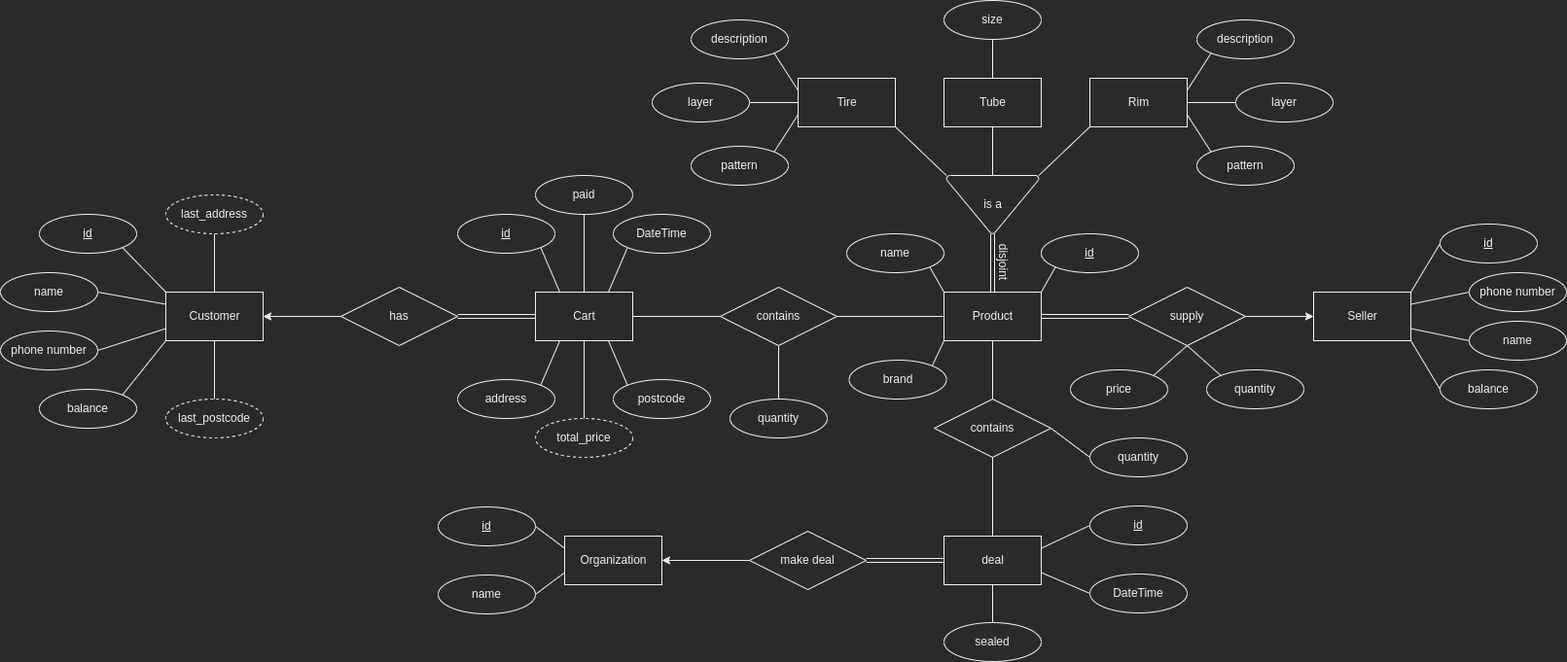
The draw.io diagram E-R.png in paniztgp2002/tire-shop, before a commit. Source tidied: cells renumbered, new cells last; positions are measured from the earlier drawing's top-left corner, leaving out a move shared by most shapes.
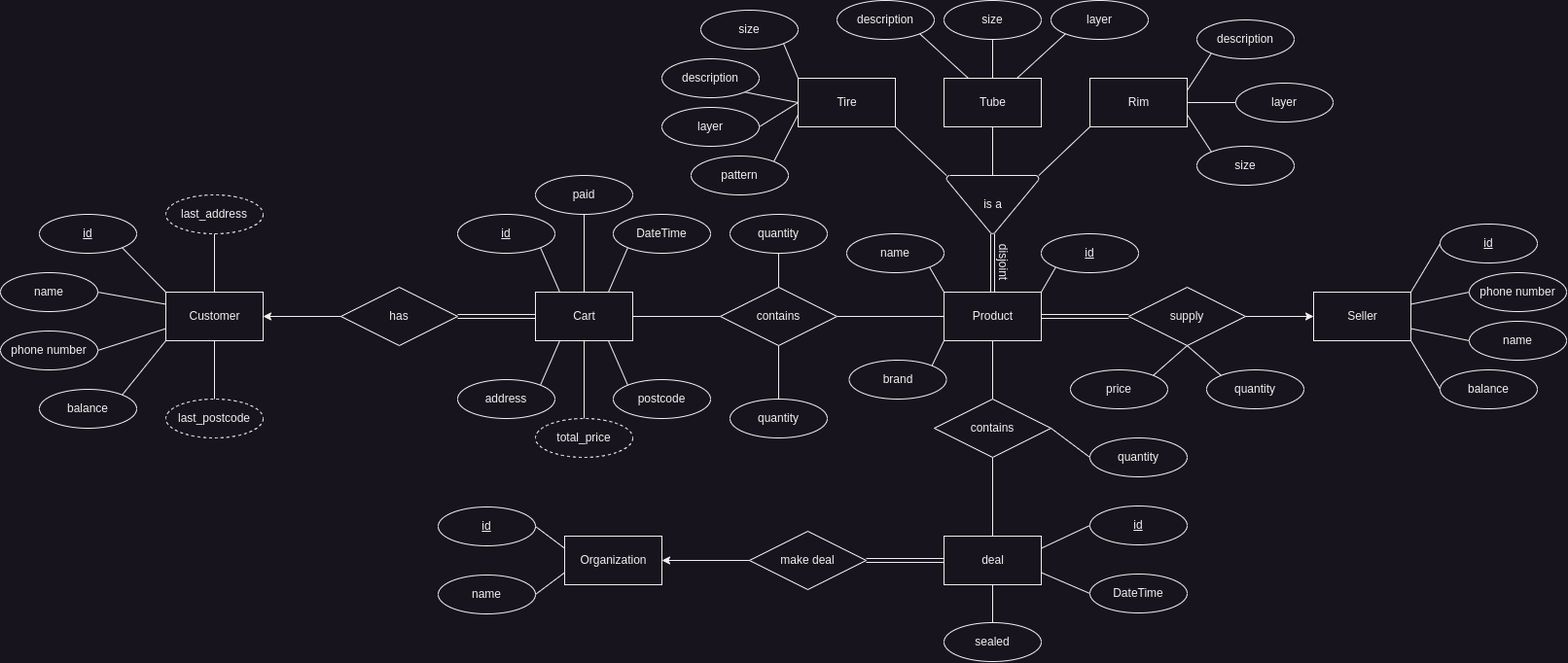
After the commit.

Diff of the diagram source:
```diff
@@ -167,23 +167,23 @@
     <mxCell id="56" value="name" style="ellipse;whiteSpace=wrap;html=1;align=center;" parent="1" vertex="1">
       <mxGeometry x="870" y="240" width="100" height="40" as="geometry" />
     </mxCell>
-    <mxCell id="57" style="edgeStyle=none;rounded=1;jettySize=auto;html=1;exitX=1;exitY=1;exitDx=0;exitDy=0;entryX=0;entryY=0.25;entryDx=0;entryDy=0;endArrow=none;endFill=0;" parent="1" edge="1" source="58" target="49">
+    <mxCell id="57" style="edgeStyle=none;rounded=1;jettySize=auto;html=1;exitX=1;exitY=1;exitDx=0;exitDy=0;entryX=0;entryY=0.5;entryDx=0;entryDy=0;endArrow=none;endFill=0;" parent="1" edge="1" source="58" target="49">
       <mxGeometry relative="1" as="geometry" />
     </mxCell>
     <mxCell id="58" value="description" style="ellipse;whiteSpace=wrap;html=1;align=center;strokeWidth=1;" parent="1" vertex="1">
-      <mxGeometry x="710" y="20" width="100" height="40" as="geometry" />
+      <mxGeometry x="680" y="60" width="100" height="40" as="geometry" />
     </mxCell>
     <mxCell id="59" style="edgeStyle=none;rounded=1;jettySize=auto;html=1;exitX=1;exitY=0.5;exitDx=0;exitDy=0;entryX=0;entryY=0.5;entryDx=0;entryDy=0;endArrow=none;endFill=0;" parent="1" edge="1" source="60" target="49">
       <mxGeometry relative="1" as="geometry" />
     </mxCell>
     <mxCell id="60" value="layer" style="ellipse;whiteSpace=wrap;html=1;align=center;strokeWidth=1;" parent="1" vertex="1">
-      <mxGeometry x="670" y="85" width="100" height="40" as="geometry" />
+      <mxGeometry x="680" y="110" width="100" height="40" as="geometry" />
     </mxCell>
     <mxCell id="61" style="edgeStyle=none;rounded=1;jettySize=auto;html=1;exitX=1;exitY=0;exitDx=0;exitDy=0;entryX=0;entryY=0.75;entryDx=0;entryDy=0;endArrow=none;endFill=0;" parent="1" edge="1" source="62" target="49">
       <mxGeometry relative="1" as="geometry" />
     </mxCell>
     <mxCell id="62" value="pattern" style="ellipse;whiteSpace=wrap;html=1;align=center;strokeWidth=1;" parent="1" vertex="1">
-      <mxGeometry x="710" y="150" width="100" height="40" as="geometry" />
+      <mxGeometry x="710" y="160" width="100" height="40" as="geometry" />
     </mxCell>
     <mxCell id="63" value="size" style="ellipse;whiteSpace=wrap;html=1;align=center;strokeWidth=1;" parent="1" vertex="1">
       <mxGeometry x="970" width="100" height="40" as="geometry" />
@@ -200,7 +200,7 @@
     <mxCell id="67" style="edgeStyle=none;rounded=1;jettySize=auto;html=1;exitX=0;exitY=0;exitDx=0;exitDy=0;entryX=1;entryY=0.75;entryDx=0;entryDy=0;endArrow=none;endFill=0;" parent="1" edge="1" source="68" target="54">
       <mxGeometry relative="1" as="geometry" />
     </mxCell>
-    <mxCell id="68" value="pattern" style="ellipse;whiteSpace=wrap;html=1;align=center;strokeWidth=1;" parent="1" vertex="1">
+    <mxCell id="68" value="size" style="ellipse;whiteSpace=wrap;html=1;align=center;strokeWidth=1;" parent="1" vertex="1">
       <mxGeometry x="1230" y="150" width="100" height="40" as="geometry" />
     </mxCell>
     <mxCell id="69" style="edgeStyle=none;rounded=1;jettySize=auto;html=1;exitX=1;exitY=0.25;exitDx=0;exitDy=0;entryX=0;entryY=0.5;entryDx=0;entryDy=0;endArrow=none;endFill=0;" parent="1" edge="1" source="73" target="75">
@@ -302,5 +302,29 @@
     <mxCell id="101" style="shape=link;html=1;rounded=0;endArrow=none;endFill=0;exitX=0;exitY=0.5;exitDx=0;exitDy=0;entryX=1;entryY=0.5;entryDx=0;entryDy=0;" parent="1" edge="1" source="14" target="6">
       <mxGeometry relative="1" as="geometry" />
     </mxCell>
+    <mxCell id="102" value="description" style="ellipse;whiteSpace=wrap;html=1;align=center;strokeWidth=1;" parent="1" vertex="1">
+      <mxGeometry x="860" width="100" height="40" as="geometry" />
+    </mxCell>
+    <mxCell id="103" style="edgeStyle=none;rounded=1;jettySize=auto;html=1;endArrow=none;endFill=0;exitX=0.25;exitY=0;exitDx=0;exitDy=0;entryX=1;entryY=1;entryDx=0;entryDy=0;" parent="1" edge="1" source="51" target="102">
+      <mxGeometry relative="1" as="geometry" />
+    </mxCell>
+    <mxCell id="104" style="edgeStyle=none;rounded=1;jettySize=auto;html=1;endArrow=none;endFill=0;exitX=0;exitY=0;exitDx=0;exitDy=0;entryX=1;entryY=1;entryDx=0;entryDy=0;" parent="1" edge="1" source="49" target="105">
+      <mxGeometry relative="1" as="geometry" />
+    </mxCell>
+    <mxCell id="105" value="size" style="ellipse;whiteSpace=wrap;html=1;align=center;strokeWidth=1;" parent="1" vertex="1">
+      <mxGeometry x="720" y="10" width="100" height="40" as="geometry" />
+    </mxCell>
+    <mxCell id="106" style="edgeStyle=none;rounded=1;jettySize=auto;html=1;endArrow=none;endFill=0;exitX=0.75;exitY=0;exitDx=0;exitDy=0;entryX=0;entryY=1;entryDx=0;entryDy=0;" parent="1" edge="1" source="51" target="107">
+      <mxGeometry relative="1" as="geometry" />
+    </mxCell>
+    <mxCell id="107" value="layer" style="ellipse;whiteSpace=wrap;html=1;align=center;strokeWidth=1;" parent="1" vertex="1">
+      <mxGeometry x="1080" width="100" height="40" as="geometry" />
+    </mxCell>
+    <mxCell id="108" value="quantity" style="ellipse;whiteSpace=wrap;html=1;align=center;" parent="1" vertex="1">
+      <mxGeometry x="750" y="220" width="100" height="40" as="geometry" />
+    </mxCell>
+    <mxCell id="109" style="edgeStyle=none;rounded=1;jettySize=auto;html=1;endArrow=none;endFill=0;exitX=0.5;exitY=0;exitDx=0;exitDy=0;entryX=0.5;entryY=1;entryDx=0;entryDy=0;" parent="1" edge="1" source="77" target="108">
+      <mxGeometry relative="1" as="geometry" />
+    </mxCell>
   </root>
 </mxGraphModel>
```
